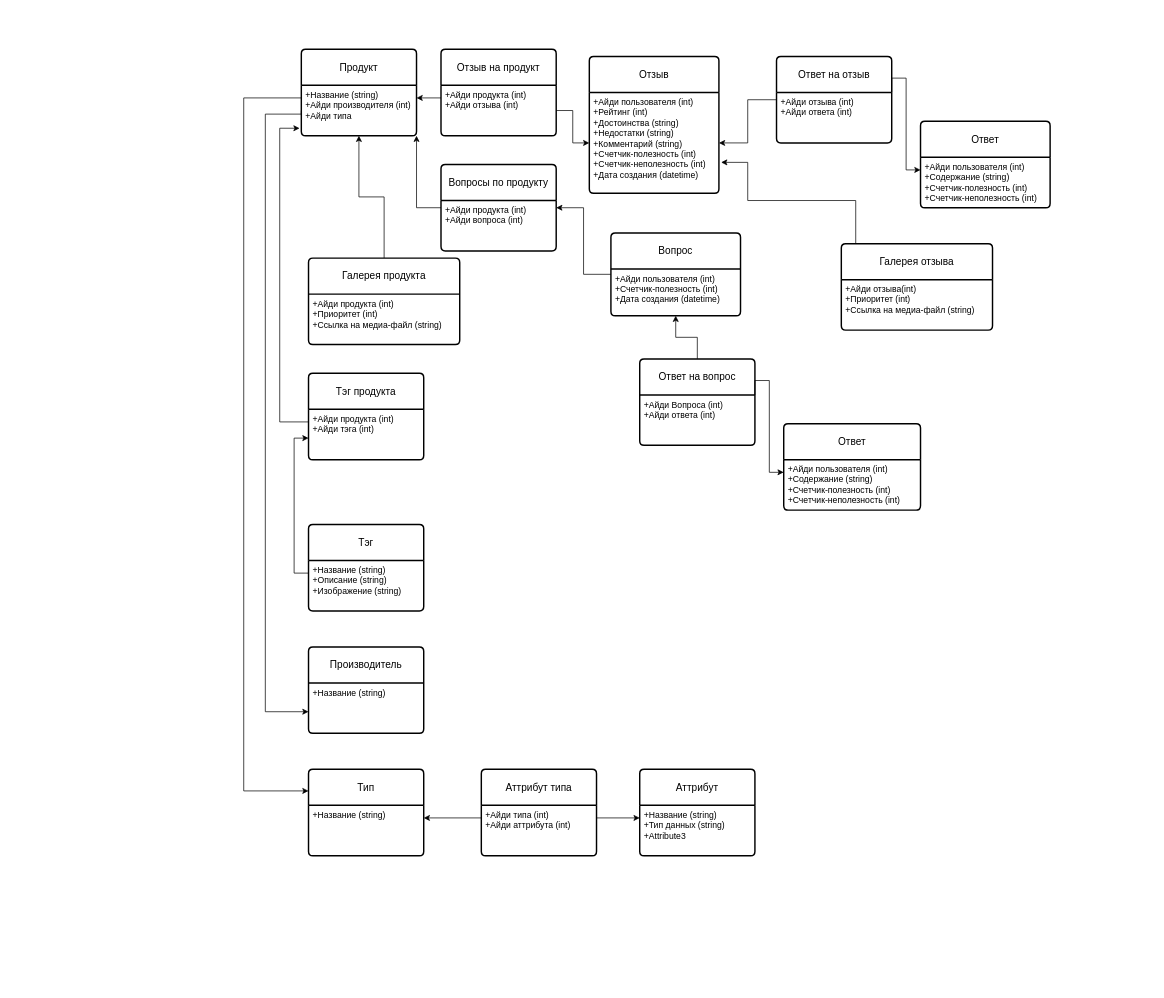
The draw.io diagram Untitled Diagram.drawio in MercerMorning/database-learning, before the edit. Source tidied: cells renumbered, new cells numbered last; positions are measured from the earlier drawing's top-left corner, leaving out a move shared by most shapes. Both pictures are drawn from the tidied source at 72%, with x=0, y=0 at pixel (243, 49).
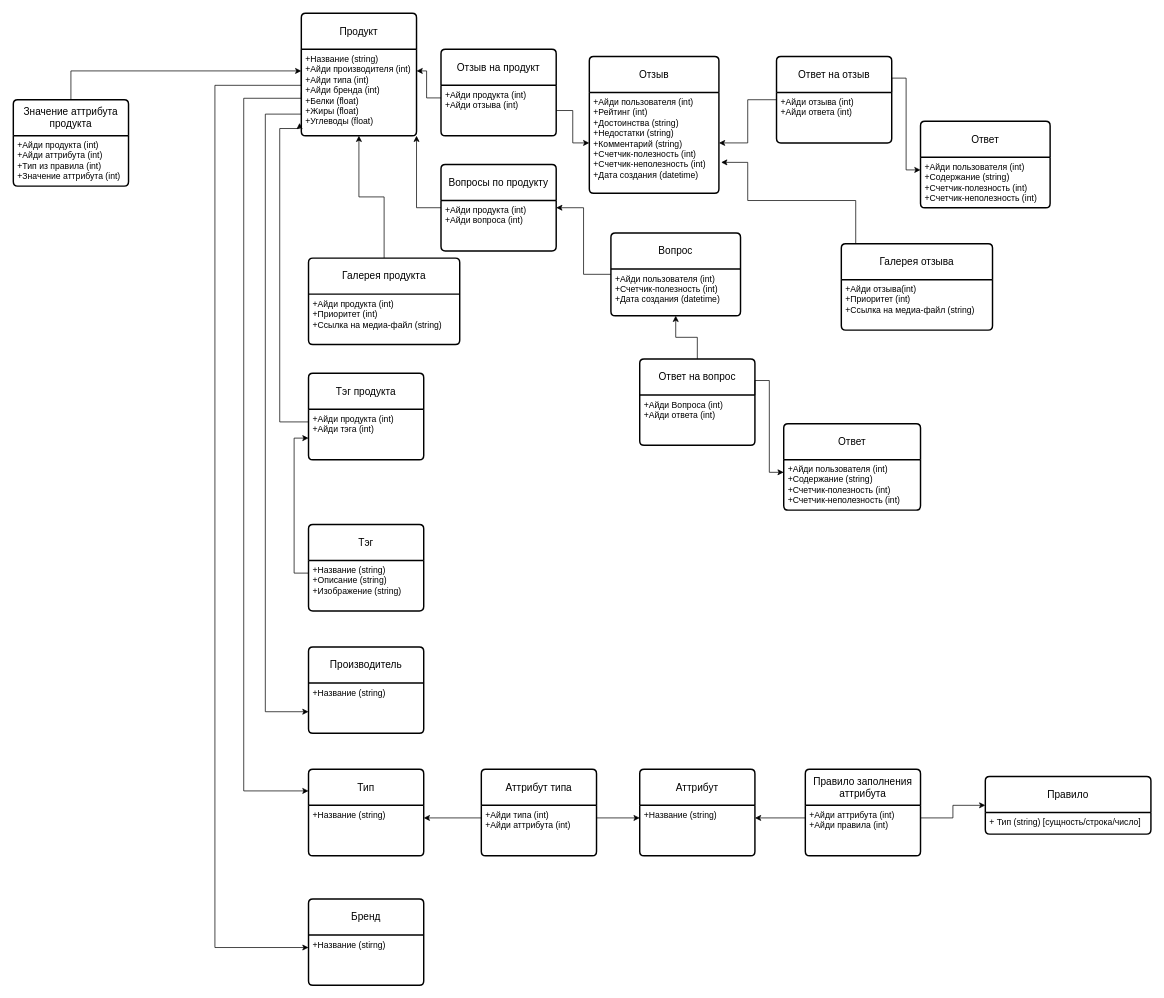
The same diagram, later.

The change refers to these unchanged cells:
```xml
<mxCell id="49" value="Аттрибут" style="swimlane;horizontal=1;startSize=50;rounded=1;fontSize=14;fontStyle=0;strokeWidth=2;shadow=0;dashed=0;align=center;arcSize=4;whiteSpace=wrap;html=1;" parent="1" vertex="1">
  <mxGeometry x="550" y="1000" width="160" height="120" as="geometry" />
</mxCell>
```

Diff of the diagram source:
```diff
@@
     <mxCell id="3" value="Продукт" style="swimlane;horizontal=1;startSize=50;rounded=1;fontSize=14;fontStyle=0;strokeWidth=2;shadow=0;dashed=0;align=center;arcSize=4;whiteSpace=wrap;html=1;" parent="1" vertex="1">
-      <mxGeometry x="80" width="160" height="120" as="geometry" />
+      <mxGeometry x="80" y="-50" width="160" height="170" as="geometry" />
     </mxCell>
-    <mxCell id="4" value="+Название (string)&lt;br&gt;+Айди производителя (int)&lt;br&gt;+Айди типа" style="align=left;strokeColor=none;fillColor=none;spacingLeft=4;fontSize=12;verticalAlign=top;html=1;" parent="3" vertex="1">
-      <mxGeometry y="50" width="160" height="70" as="geometry" />
+    <mxCell id="4" value="+Название (string)&lt;br&gt;+Айди производителя (int)&lt;br&gt;+Айди типа (int)&lt;br&gt;+Айди бренда (int)&lt;br&gt;+Белки (float)&lt;br&gt;+Жиры (float)&lt;br&gt;+Углеводы (float)" style="align=left;strokeColor=none;fillColor=none;spacingLeft=4;fontSize=12;verticalAlign=top;html=1;" parent="3" vertex="1">
+      <mxGeometry y="50" width="160" height="120" as="geometry" />
     </mxCell>
@@
-    <mxCell id="50" value="+Название (string)&lt;br&gt;+Тип данных (string)&lt;br&gt;+Attribute3" style="align=left;strokeColor=none;fillColor=none;spacingLeft=4;fontSize=12;verticalAlign=top;html=1;" parent="49" vertex="1">
+    <mxCell id="50" value="+Название (string)" style="align=left;strokeColor=none;fillColor=none;spacingLeft=4;fontSize=12;verticalAlign=top;html=1;" parent="49" vertex="1">
       <mxGeometry y="50" width="160" height="70" as="geometry" />
     </mxCell>
@@
+    <mxCell id="52" value="Бренд" style="swimlane;horizontal=1;startSize=50;rounded=1;fontSize=14;fontStyle=0;strokeWidth=2;shadow=0;dashed=0;align=center;arcSize=4;whiteSpace=wrap;html=1;" parent="1" vertex="1">
+      <mxGeometry x="90" y="1180" width="160" height="120" as="geometry" />
+    </mxCell>
+    <mxCell id="53" value="+Название (stirng)" style="align=left;strokeColor=none;fillColor=none;spacingLeft=4;fontSize=12;verticalAlign=top;html=1;" parent="52" vertex="1">
+      <mxGeometry y="50" width="160" height="70" as="geometry" />
+    </mxCell>
+    <mxCell id="54" style="edgeStyle=orthogonalEdgeStyle;rounded=0;jettySize=auto;html=1;exitX=0;exitY=0;exitDx=0;exitDy=0;entryX=0;entryY=0.25;entryDx=0;entryDy=0;" parent="1" edge="1" source="4" target="53">
+      <mxGeometry relative="1" as="geometry">
+        <Array as="points">
+          <mxPoint x="-40" y="50" />
+          <mxPoint x="-40" y="1248" />
+        </Array>
+      </mxGeometry>
+    </mxCell>
+    <mxCell id="55" style="edgeStyle=orthogonalEdgeStyle;rounded=0;jettySize=auto;html=1;exitX=0.5;exitY=0;exitDx=0;exitDy=0;" parent="1" edge="1" source="56">
+      <mxGeometry relative="1" as="geometry">
+        <mxPoint x="80" y="30" as="targetPoint" />
+        <Array as="points">
+          <mxPoint x="-240" y="30" />
+        </Array>
+      </mxGeometry>
+    </mxCell>
+    <mxCell id="56" value="Значение аттрибута продукта" style="swimlane;horizontal=1;startSize=50;rounded=1;fontSize=14;fontStyle=0;strokeWidth=2;shadow=0;dashed=0;align=center;arcSize=4;whiteSpace=wrap;html=1;" parent="1" vertex="1">
+      <mxGeometry x="-320" y="70" width="160" height="120" as="geometry" />
+    </mxCell>
+    <mxCell id="57" value="+Айди продукта (int)&lt;br&gt;+Айди аттрибута (int)&lt;br&gt;+Тип из правила (int)&lt;br&gt;+Значение аттрибута (int)" style="align=left;strokeColor=none;fillColor=none;spacingLeft=4;fontSize=12;verticalAlign=top;html=1;" parent="56" vertex="1">
+      <mxGeometry y="50" width="160" height="70" as="geometry" />
+    </mxCell>
+    <mxCell id="58" value="Правило заполнения аттрибута" style="swimlane;horizontal=1;startSize=50;rounded=1;fontSize=14;fontStyle=0;strokeWidth=2;shadow=0;dashed=0;align=center;arcSize=4;whiteSpace=wrap;html=1;" parent="1" vertex="1">
+      <mxGeometry x="780" y="1000" width="160" height="120" as="geometry" />
+    </mxCell>
+    <mxCell id="59" value="+Айди аттрибута (int)&lt;br&gt;+Айди правила (int)" style="align=left;strokeColor=none;fillColor=none;spacingLeft=4;fontSize=12;verticalAlign=top;html=1;" parent="58" vertex="1">
+      <mxGeometry y="50" width="160" height="70" as="geometry" />
+    </mxCell>
+    <mxCell id="60" style="edgeStyle=orthogonalEdgeStyle;rounded=0;jettySize=auto;html=1;exitX=0;exitY=0.25;exitDx=0;exitDy=0;entryX=1;entryY=0.25;entryDx=0;entryDy=0;" parent="1" edge="1" source="59" target="50">
+      <mxGeometry relative="1" as="geometry" />
+    </mxCell>
+    <mxCell id="61" value="Правило" style="swimlane;horizontal=1;startSize=50;rounded=1;fontSize=14;fontStyle=0;strokeWidth=2;shadow=0;dashed=0;align=center;arcSize=4;whiteSpace=wrap;html=1;" parent="1" vertex="1">
+      <mxGeometry x="1030" y="1010" width="230" height="80" as="geometry" />
+    </mxCell>
+    <mxCell id="62" value="+ Тип (string) [сущность/строка/число]" style="align=left;strokeColor=none;fillColor=none;spacingLeft=4;fontSize=12;verticalAlign=top;html=1;" parent="61" vertex="1">
+      <mxGeometry y="50" width="230" height="30" as="geometry" />
+    </mxCell>
+    <mxCell id="63" style="edgeStyle=orthogonalEdgeStyle;rounded=0;jettySize=auto;html=1;exitX=1;exitY=0.25;exitDx=0;exitDy=0;entryX=0;entryY=0.5;entryDx=0;entryDy=0;" parent="1" edge="1" source="59" target="61">
+      <mxGeometry relative="1" as="geometry" />
+    </mxCell>
```
